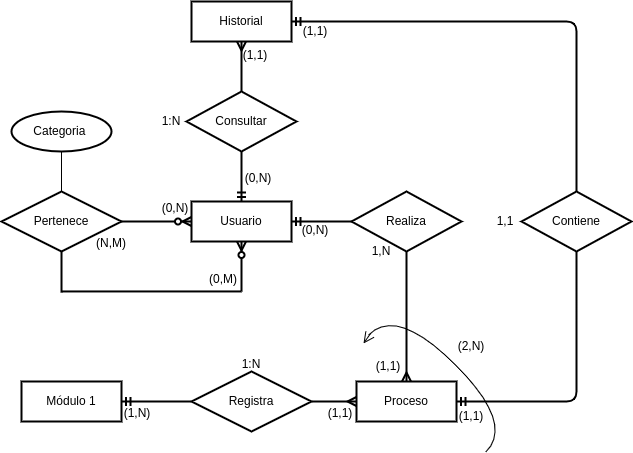
Before: UML/Modulo3/modeloER.drawio.png, a diagram exported from draw.io (miicxitl-kin/Proyecto-Terminal-1-y-2). Source tidied: cells renumbered, new cells last; positions are measured from the earlier drawing's top-left corner, leaving out a move shared by most shapes.
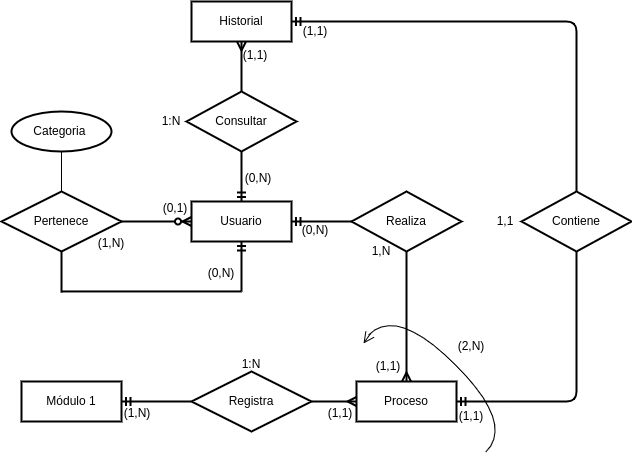
The same file after the commit.

Change to the diagram source:
```diff
@@ -25,11 +25,11 @@
     <mxCell id="8" value="Registra" style="shape=rhombus;perimeter=rhombusPerimeter;whiteSpace=wrap;html=1;align=center;strokeWidth=2;" parent="1" vertex="1">
       <mxGeometry x="190" y="370" width="120" height="60" as="geometry" />
     </mxCell>
-    <mxCell id="9" value="(0,N)" style="text;html=1;align=center;verticalAlign=middle;whiteSpace=wrap;rounded=0;" parent="1" vertex="1">
+    <mxCell id="9" value="(0,1)" style="text;html=1;align=center;verticalAlign=middle;whiteSpace=wrap;rounded=0;" parent="1" vertex="1">
       <mxGeometry x="144" y="192" width="60" height="30" as="geometry" />
     </mxCell>
-    <mxCell id="10" value="(0,M)" style="text;html=1;align=center;verticalAlign=middle;whiteSpace=wrap;rounded=0;" parent="1" vertex="1">
-      <mxGeometry x="192" y="263" width="60" height="30" as="geometry" />
+    <mxCell id="10" value="(0,N)" style="text;html=1;align=center;verticalAlign=middle;whiteSpace=wrap;rounded=0;" parent="1" vertex="1">
+      <mxGeometry x="190" y="257" width="60" height="30" as="geometry" />
     </mxCell>
     <mxCell id="11" value="1,1" style="text;html=1;align=center;verticalAlign=middle;whiteSpace=wrap;rounded=0;" parent="1" vertex="1">
       <mxGeometry x="474" y="204.9" width="60" height="30" as="geometry" />
@@ -70,15 +70,12 @@
     <mxCell id="23" style="line;strokeWidth=2;html=1;rotation=-90;" parent="1" vertex="1">
       <mxGeometry x="39.1" y="264.9" width="41.9" height="10" as="geometry" />
     </mxCell>
-    <mxCell id="24" value="(N,M)" style="text;html=1;align=center;verticalAlign=middle;whiteSpace=wrap;rounded=0;" parent="1" vertex="1">
+    <mxCell id="24" value="(1,N)" style="text;html=1;align=center;verticalAlign=middle;whiteSpace=wrap;rounded=0;" parent="1" vertex="1">
       <mxGeometry x="87" y="227" width="46" height="30" as="geometry" />
     </mxCell>
     <mxCell id="25" style="line;strokeWidth=2;html=1;" parent="1" vertex="1">
       <mxGeometry x="60" y="284.9" width="180" height="10" as="geometry" />
     </mxCell>
-    <mxCell id="26" style="fontSize=12;html=1;endArrow=ERzeroToMany;endFill=1;exitX=1;exitY=0.5;exitDx=0;exitDy=0;exitPerimeter=0;entryX=0.5;entryY=1;entryDx=0;entryDy=0;strokeWidth=2;" parent="1" edge="1" source="25" target="2">
-      <mxGeometry relative="1" as="geometry" />
-    </mxCell>
     <mxCell id="27" style="edgeStyle=entityRelationEdgeStyle;fontSize=12;html=1;endArrow=ERzeroToMany;endFill=1;entryX=0;entryY=0.5;entryDx=0;entryDy=0;exitX=1;exitY=0.5;exitDx=0;exitDy=0;strokeWidth=2;" parent="1" edge="1" source="6" target="2">
       <mxGeometry relative="1" as="geometry" />
     </mxCell>
@@ -132,5 +129,8 @@
     <mxCell id="43" style="endArrow=none;html=1;rounded=0;entryX=0.5;entryY=0;entryDx=0;entryDy=0;exitX=0.5;exitY=1;exitDx=0;exitDy=0;" parent="1" edge="1" source="42" target="6">
       <mxGeometry relative="1" as="geometry" />
     </mxCell>
+    <mxCell id="26" style="fontSize=12;html=1;endArrow=ERmandOne;entryX=0.5;entryY=1;entryDx=0;entryDy=0;exitX=1;exitY=0.5;exitDx=0;exitDy=0;exitPerimeter=0;strokeWidth=2;" parent="1" edge="1" source="25" target="2">
+      <mxGeometry relative="1" as="geometry" />
+    </mxCell>
   </root>
 </mxGraphModel>
```
